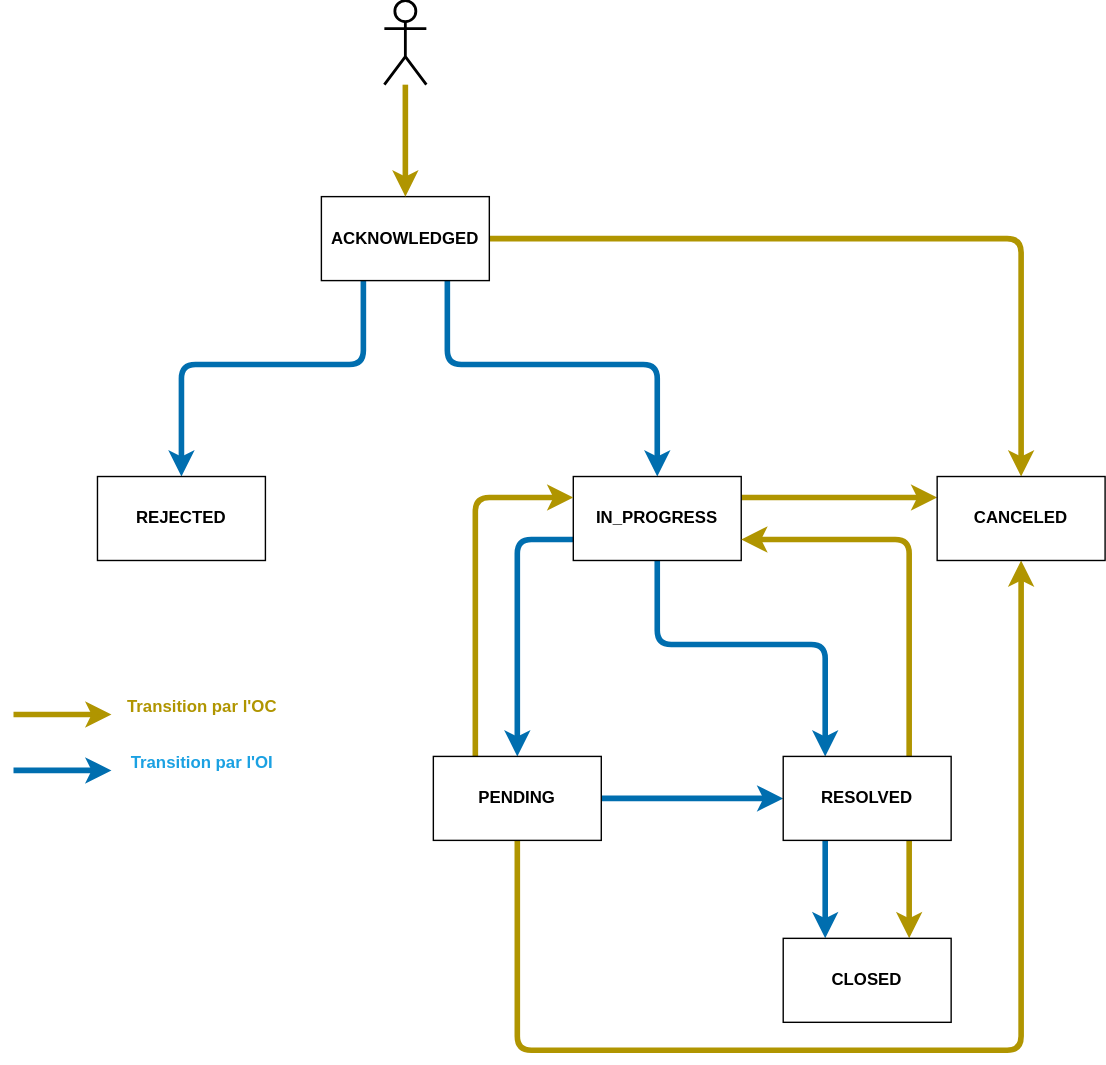
The draw.io diagram status.drawio.svg in before-interop/anomalieAdresse, before a commit. Source tidied: cells renumbered, new cells last; positions are measured from the earlier drawing's top-left corner, leaving out a move shared by most shapes.
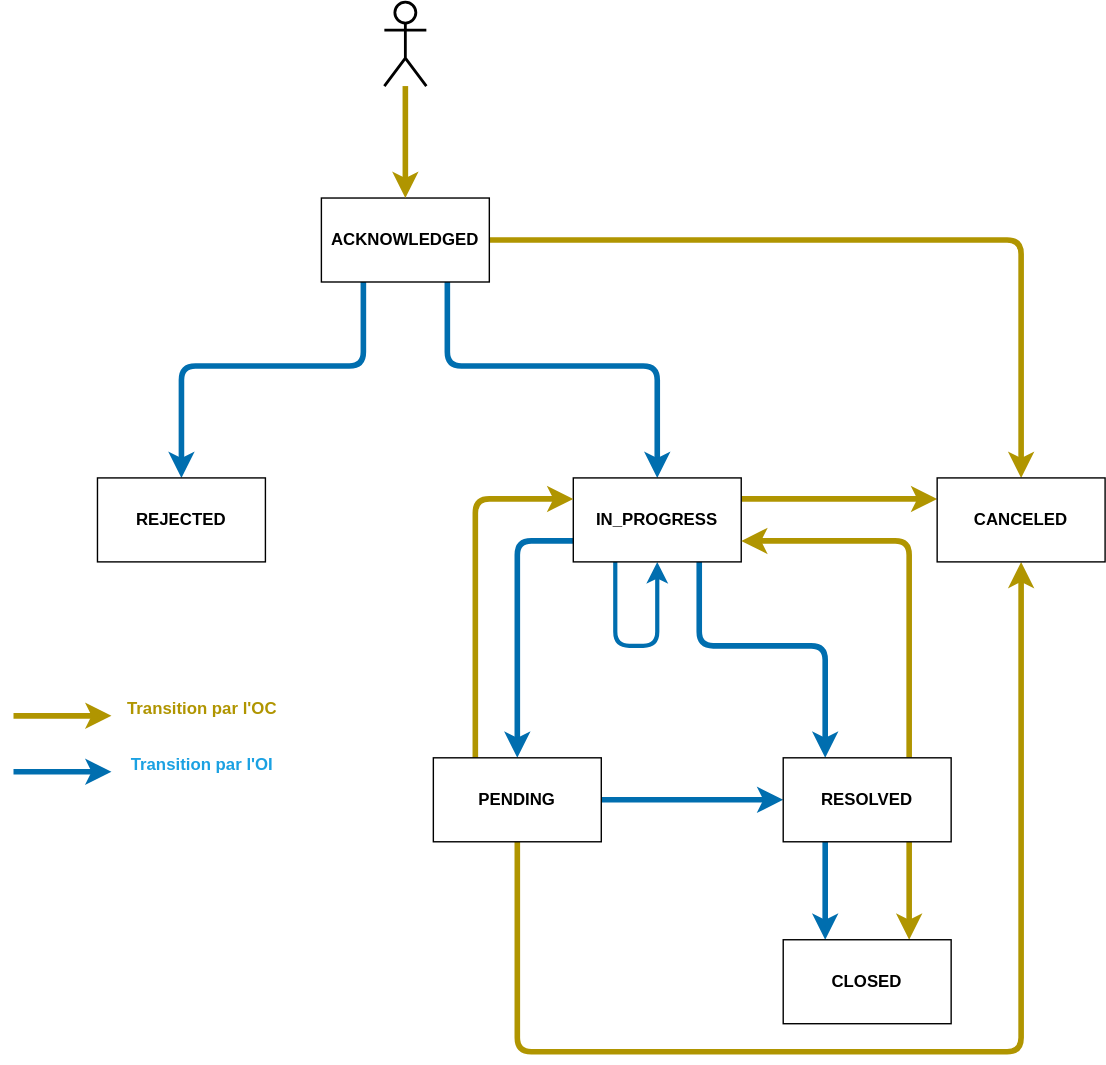
After the change.

The edit, as a diff of the source:
```diff
@@ -38,10 +38,10 @@
         </Array>
       </mxGeometry>
     </mxCell>
-    <mxCell id="8" style="edgeStyle=none;html=1;entryX=0.25;entryY=0;entryDx=0;entryDy=0;fillColor=#1ba1e2;strokeColor=#006EAF;strokeWidth=4;" parent="1" edge="1" source="10" target="18">
+    <mxCell id="8" style="edgeStyle=none;html=1;entryX=0.25;entryY=0;entryDx=0;entryDy=0;fillColor=#1ba1e2;strokeColor=#006EAF;strokeWidth=4;exitX=0.75;exitY=1;exitDx=0;exitDy=0;" parent="1" edge="1" source="10" target="18">
       <mxGeometry relative="1" as="geometry">
         <Array as="points">
-          <mxPoint x="460" y="460" />
+          <mxPoint x="490" y="460" />
           <mxPoint x="580" y="460" />
         </Array>
       </mxGeometry>
@@ -49,6 +49,14 @@
     <mxCell id="9" style="edgeStyle=none;html=1;entryX=0;entryY=0.25;entryDx=0;entryDy=0;fillColor=#e3c800;strokeColor=#B09500;strokeWidth=4;exitX=1;exitY=0.25;exitDx=0;exitDy=0;" parent="1" edge="1" source="10" target="19">
       <mxGeometry relative="1" as="geometry" />
     </mxCell>
+    <mxCell id="27" style="edgeStyle=none;html=1;exitX=0.25;exitY=1;exitDx=0;exitDy=0;entryX=0.5;entryY=1;entryDx=0;entryDy=0;strokeWidth=3;fillColor=#1ba1e2;strokeColor=#006EAF;" parent="1" edge="1" source="10" target="10">
+      <mxGeometry relative="1" as="geometry">
+        <Array as="points">
+          <mxPoint x="430" y="460" />
+          <mxPoint x="460" y="460" />
+        </Array>
+      </mxGeometry>
+    </mxCell>
     <mxCell id="10" value="&lt;b&gt;IN_PROGRESS&lt;/b&gt;" style="rounded=0;whiteSpace=wrap;html=1;" parent="1" vertex="1">
       <mxGeometry x="400" y="340" width="120" height="60" as="geometry" />
     </mxCell>
```
